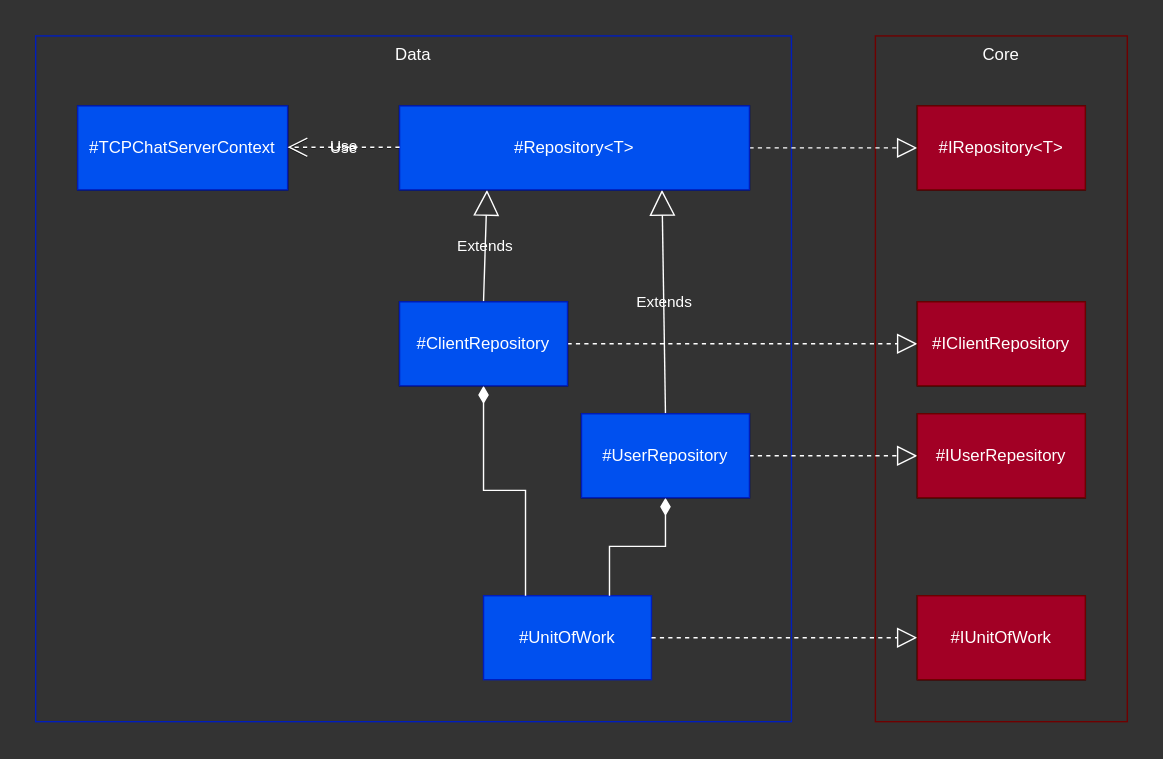
Before: docs/diagrams-img/data-project.svg, a diagram exported from draw.io (AndreTerra5348/tcp-chat-server). Source tidied: cells renumbered, new cells last; positions are measured from the earlier drawing's top-left corner, leaving out a move shared by most shapes.
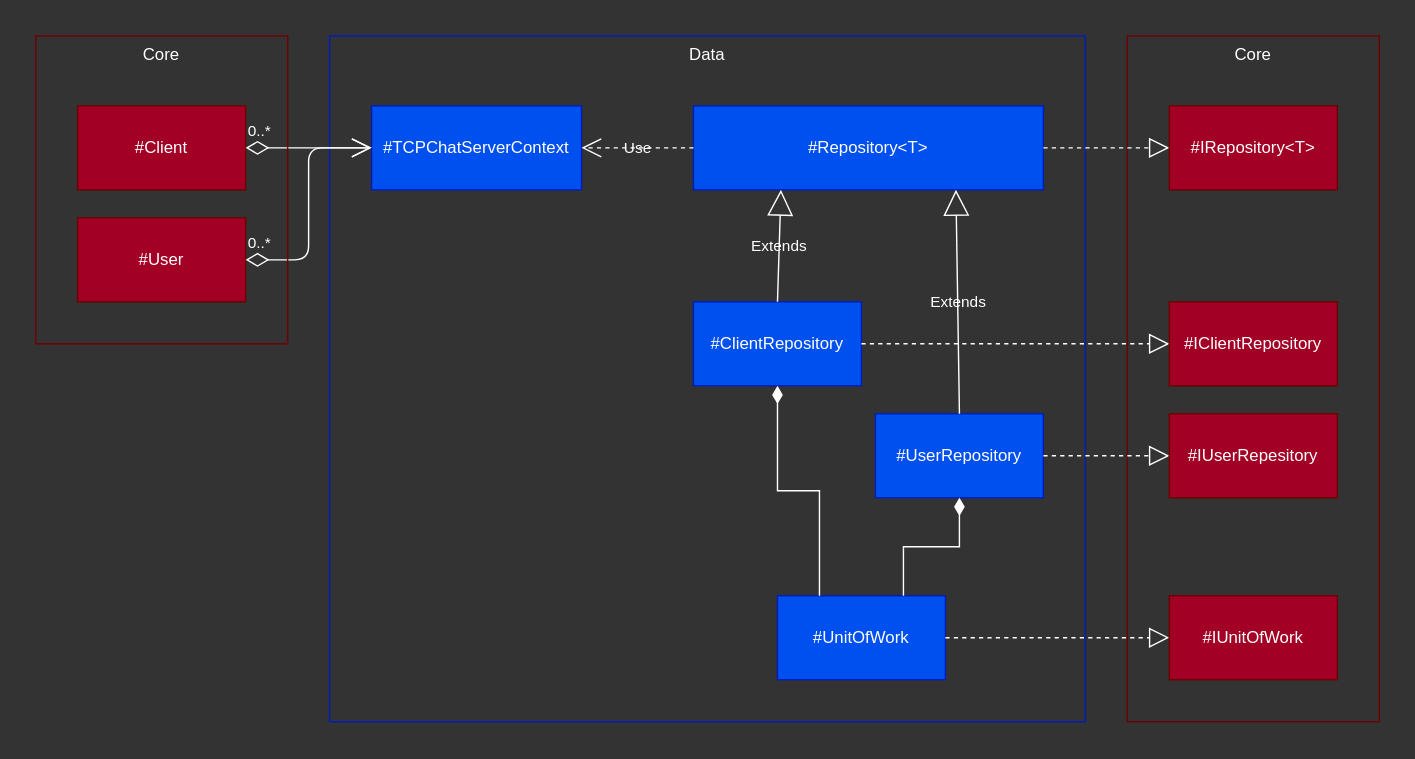
After the commit.

Commit message:
Create diagrams for core.command, command and service projects, update readme, fix file and classes names, remove unnecessary usings.

Change to the diagram source:
```diff
@@ -3,23 +3,20 @@
     <mxCell id="0" />
     <mxCell id="1" parent="0" />
     <mxCell id="2" value="Core" style="rounded=0;whiteSpace=wrap;html=1;verticalAlign=top;fillColor=none;strokeColor=#6F0000;fontColor=#ffffff;" parent="1" vertex="1">
-      <mxGeometry x="600" width="180" height="490" as="geometry" />
+      <mxGeometry x="570" width="180" height="490" as="geometry" />
     </mxCell>
     <mxCell id="3" value="Data" style="rounded=0;whiteSpace=wrap;html=1;fillColor=none;strokeColor=#001DBC;verticalAlign=top;fontColor=#ffffff;" parent="1" vertex="1">
       <mxGeometry width="540" height="490" as="geometry" />
     </mxCell>
-    <mxCell id="4" value="#Repository&amp;lt;T&amp;gt;" style="rounded=0;whiteSpace=wrap;html=1;" parent="1" vertex="1">
+    <mxCell id="4" value="#Repository&amp;lt;T&amp;gt;" style="rounded=0;whiteSpace=wrap;html=1;fillColor=#0050ef;fontColor=#ffffff;strokeColor=#001DBC;" parent="1" vertex="1">
       <mxGeometry x="260" y="50" width="250" height="60" as="geometry" />
     </mxCell>
-    <mxCell id="5" value="&lt;div&gt;#ClientRepository&lt;/div&gt;" style="rounded=0;whiteSpace=wrap;html=1;" parent="1" vertex="1">
+    <mxCell id="5" value="&lt;div&gt;#ClientRepository&lt;/div&gt;" style="rounded=0;whiteSpace=wrap;html=1;fillColor=#0050ef;fontColor=#ffffff;strokeColor=#001DBC;" parent="1" vertex="1">
       <mxGeometry x="260" y="190" width="120" height="60" as="geometry" />
     </mxCell>
-    <mxCell id="6" value="#UserRepository" style="rounded=0;whiteSpace=wrap;html=1;" parent="1" vertex="1">
+    <mxCell id="6" value="#UserRepository" style="rounded=0;whiteSpace=wrap;html=1;fillColor=#0050ef;fontColor=#ffffff;strokeColor=#001DBC;" parent="1" vertex="1">
       <mxGeometry x="390" y="270" width="120" height="60" as="geometry" />
     </mxCell>
-    <mxCell id="7" value="#TCPChatServerContext" style="rounded=0;whiteSpace=wrap;html=1;" parent="1" vertex="1">
-      <mxGeometry x="30" y="50" width="150" height="60" as="geometry" />
-    </mxCell>
     <mxCell id="8" value="#UnitOfWork" style="rounded=0;whiteSpace=wrap;html=1;fillColor=#0050ef;fontColor=#ffffff;strokeColor=#001DBC;" parent="1" vertex="1">
       <mxGeometry x="320" y="400" width="120" height="60" as="geometry" />
     </mxCell>
@@ -35,62 +32,50 @@
     <mxCell id="12" style="html=1;endArrow=diamondThin;endFill=1;edgeStyle=elbowEdgeStyle;elbow=vertical;endSize=10;rounded=0;exitX=0.75;exitY=0;exitDx=0;exitDy=0;strokeColor=#FFFFFF;" parent="1" edge="1" source="8" target="6">
       <mxGeometry relative="1" as="geometry" />
     </mxCell>
-    <mxCell id="13" value="Use" style="endArrow=open;endSize=12;dashed=1;html=1;rounded=0;exitX=0;exitY=0.5;exitDx=0;exitDy=0;entryX=1;entryY=0.5;entryDx=0;entryDy=0;labelBackgroundColor=none;fontColor=#FFFFFF;" parent="1" edge="1" source="4" target="7">
-      <mxGeometry relative="1" as="geometry" />
-    </mxCell>
-    <mxCell id="14" value="#IRepository&amp;lt;T&amp;gt;" style="rounded=0;whiteSpace=wrap;html=1;" parent="1" vertex="1">
-      <mxGeometry x="630" y="50" width="120" height="60" as="geometry" />
-    </mxCell>
-    <mxCell id="15" value="#IClientRepository" style="rounded=0;whiteSpace=wrap;html=1;" parent="1" vertex="1">
-      <mxGeometry x="630" y="190" width="120" height="60" as="geometry" />
-    </mxCell>
-    <mxCell id="16" value="#IUserRepesitory" style="rounded=0;whiteSpace=wrap;html=1;" parent="1" vertex="1">
-      <mxGeometry x="630" y="270" width="120" height="60" as="geometry" />
-    </mxCell>
-    <mxCell id="17" value="#IUnitOfWork" style="rounded=0;whiteSpace=wrap;html=1;" parent="1" vertex="1">
-      <mxGeometry x="630" y="400" width="120" height="60" as="geometry" />
-    </mxCell>
-    <mxCell id="18" style="endArrow=block;dashed=1;endFill=0;endSize=12;html=1;rounded=0;exitX=1;exitY=0.5;exitDx=0;exitDy=0;entryX=0;entryY=0.5;entryDx=0;entryDy=0;strokeColor=#FFFFFF;" parent="1" edge="1" source="4" target="14">
+    <mxCell id="18" style="endArrow=block;dashed=1;endFill=0;endSize=12;html=1;rounded=0;exitX=1;exitY=0.5;exitDx=0;exitDy=0;entryX=0;entryY=0.5;entryDx=0;entryDy=0;strokeColor=#FFFFFF;" parent="1" edge="1" source="4" target="24">
       <mxGeometry relative="1" as="geometry" />
     </mxCell>
-    <mxCell id="19" style="endArrow=block;dashed=1;endFill=0;endSize=12;html=1;rounded=0;exitX=1;exitY=0.5;exitDx=0;exitDy=0;entryX=0;entryY=0.5;entryDx=0;entryDy=0;strokeColor=#FFFFFF;" parent="1" edge="1" source="6" target="16">
+    <mxCell id="19" style="endArrow=block;dashed=1;endFill=0;endSize=12;html=1;rounded=0;exitX=1;exitY=0.5;exitDx=0;exitDy=0;strokeColor=#FFFFFF;entryX=0;entryY=0.5;entryDx=0;entryDy=0;" parent="1" edge="1" source="6" target="28">
       <mxGeometry relative="1" as="geometry" />
     </mxCell>
-    <mxCell id="20" style="endArrow=block;dashed=1;endFill=0;endSize=12;html=1;rounded=0;exitX=1;exitY=0.5;exitDx=0;exitDy=0;entryX=0;entryY=0.5;entryDx=0;entryDy=0;strokeColor=#FFFFFF;" parent="1" edge="1" source="8" target="17">
+    <mxCell id="20" style="endArrow=block;dashed=1;endFill=0;endSize=12;html=1;rounded=0;exitX=1;exitY=0.5;exitDx=0;exitDy=0;strokeColor=#FFFFFF;entryX=0;entryY=0.5;entryDx=0;entryDy=0;" parent="1" edge="1" source="8" target="29">
       <mxGeometry relative="1" as="geometry" />
     </mxCell>
-    <mxCell id="21" style="endArrow=block;dashed=1;endFill=0;endSize=12;html=1;exitX=1;exitY=0.5;exitDx=0;exitDy=0;entryX=0;entryY=0.5;entryDx=0;entryDy=0;strokeColor=#FFFFFF;" parent="1" edge="1" source="5" target="15">
+    <mxCell id="21" style="endArrow=block;dashed=1;endFill=0;endSize=12;html=1;exitX=1;exitY=0.5;exitDx=0;exitDy=0;strokeColor=#FFFFFF;entryX=0;entryY=0.5;entryDx=0;entryDy=0;" parent="1" edge="1" source="5" target="27">
       <mxGeometry relative="1" as="geometry" />
     </mxCell>
     <mxCell id="22" value="#TCPChatServerContext" style="rounded=0;whiteSpace=wrap;html=1;fillColor=#0050ef;fontColor=#ffffff;strokeColor=#001DBC;" parent="1" vertex="1">
       <mxGeometry x="30" y="50" width="150" height="60" as="geometry" />
     </mxCell>
-    <mxCell id="23" value="#Repository&amp;lt;T&amp;gt;" style="rounded=0;whiteSpace=wrap;html=1;fillColor=#0050ef;fontColor=#ffffff;strokeColor=#001DBC;" parent="1" vertex="1">
-      <mxGeometry x="260" y="50" width="250" height="60" as="geometry" />
-    </mxCell>
     <mxCell id="24" value="#IRepository&amp;lt;T&amp;gt;" style="rounded=0;whiteSpace=wrap;html=1;fillColor=#a20025;fontColor=#ffffff;strokeColor=#6F0000;" parent="1" vertex="1">
-      <mxGeometry x="630" y="50" width="120" height="60" as="geometry" />
+      <mxGeometry x="600" y="50" width="120" height="60" as="geometry" />
     </mxCell>
-    <mxCell id="25" value="&lt;div&gt;#ClientRepository&lt;/div&gt;" style="rounded=0;whiteSpace=wrap;html=1;fillColor=#0050ef;fontColor=#ffffff;strokeColor=#001DBC;" parent="1" vertex="1">
-      <mxGeometry x="260" y="190" width="120" height="60" as="geometry" />
-    </mxCell>
-    <mxCell id="26" value="#UserRepository" style="rounded=0;whiteSpace=wrap;html=1;fillColor=#0050ef;fontColor=#ffffff;strokeColor=#001DBC;" parent="1" vertex="1">
-      <mxGeometry x="390" y="270" width="120" height="60" as="geometry" />
-    </mxCell>
     <mxCell id="27" value="#IClientRepository" style="rounded=0;whiteSpace=wrap;html=1;fillColor=#a20025;fontColor=#ffffff;strokeColor=#6F0000;" parent="1" vertex="1">
-      <mxGeometry x="630" y="190" width="120" height="60" as="geometry" />
+      <mxGeometry x="600" y="190" width="120" height="60" as="geometry" />
     </mxCell>
     <mxCell id="28" value="#IUserRepesitory" style="rounded=0;whiteSpace=wrap;html=1;fillColor=#a20025;fontColor=#ffffff;strokeColor=#6F0000;" parent="1" vertex="1">
-      <mxGeometry x="630" y="270" width="120" height="60" as="geometry" />
+      <mxGeometry x="600" y="270" width="120" height="60" as="geometry" />
     </mxCell>
     <mxCell id="29" value="#IUnitOfWork" style="rounded=0;whiteSpace=wrap;html=1;fillColor=#a20025;fontColor=#ffffff;strokeColor=#6F0000;" parent="1" vertex="1">
-      <mxGeometry x="630" y="400" width="120" height="60" as="geometry" />
+      <mxGeometry x="600" y="400" width="120" height="60" as="geometry" />
     </mxCell>
-    <mxCell id="30" value="Use" style="endArrow=open;endSize=12;dashed=1;html=1;rounded=0;exitX=0;exitY=0.5;exitDx=0;exitDy=0;entryX=1;entryY=0.5;entryDx=0;entryDy=0;labelBackgroundColor=none;fontColor=#FFFFFF;strokeColor=#FFFFFF;" parent="1" edge="1">
-      <mxGeometry relative="1" as="geometry">
-        <mxPoint x="260" y="79.5" as="sourcePoint" />
-        <mxPoint x="180" y="79.5" as="targetPoint" />
-      </mxGeometry>
+    <mxCell id="30" value="Use" style="endArrow=open;endSize=12;dashed=1;html=1;rounded=0;exitX=0;exitY=0.5;exitDx=0;exitDy=0;labelBackgroundColor=none;fontColor=#FFFFFF;strokeColor=#FFFFFF;entryX=1;entryY=0.5;entryDx=0;entryDy=0;" parent="1" edge="1" source="4" target="22">
+      <mxGeometry relative="1" as="geometry" />
     </mxCell>
+    <mxCell id="31" value="#Client" style="rounded=0;whiteSpace=wrap;html=1;fillColor=#a20025;fontColor=#ffffff;strokeColor=#6F0000;" parent="1" vertex="1">
+      <mxGeometry x="-180" y="50" width="120" height="60" as="geometry" />
+    </mxCell>
+    <mxCell id="32" value="#User" style="rounded=0;whiteSpace=wrap;html=1;fillColor=#a20025;fontColor=#ffffff;strokeColor=#6F0000;" parent="1" vertex="1">
+      <mxGeometry x="-180" y="130" width="120" height="60" as="geometry" />
+    </mxCell>
+    <mxCell id="33" value="0..*" style="endArrow=open;html=1;endSize=12;startArrow=diamondThin;startSize=14;startFill=0;edgeStyle=orthogonalEdgeStyle;align=left;verticalAlign=bottom;exitX=1;exitY=0.5;exitDx=0;exitDy=0;entryX=0;entryY=0.5;entryDx=0;entryDy=0;labelBackgroundColor=none;fontColor=#FFFFFF;strokeColor=#FFFFFF;rounded=1;" parent="1" edge="1" source="31" target="22">
+      <mxGeometry x="-1" y="3" relative="1" as="geometry" />
+    </mxCell>
+    <mxCell id="34" value="0..*" style="endArrow=open;html=1;endSize=12;startArrow=diamondThin;startSize=14;startFill=0;edgeStyle=orthogonalEdgeStyle;align=left;verticalAlign=bottom;exitX=1;exitY=0.5;exitDx=0;exitDy=0;entryX=0;entryY=0.5;entryDx=0;entryDy=0;labelBackgroundColor=none;fontColor=#FFFFFF;strokeColor=#FFFFFF;" parent="1" edge="1" source="32" target="22">
+      <mxGeometry x="-1" y="3" relative="1" as="geometry" />
+    </mxCell>
+    <mxCell id="35" value="Core" style="rounded=0;whiteSpace=wrap;html=1;verticalAlign=top;fillColor=none;strokeColor=#6F0000;fontColor=#ffffff;" parent="1" vertex="1">
+      <mxGeometry x="-210" width="180" height="220" as="geometry" />
+    </mxCell>
   </root>
 </mxGraphModel>
```
